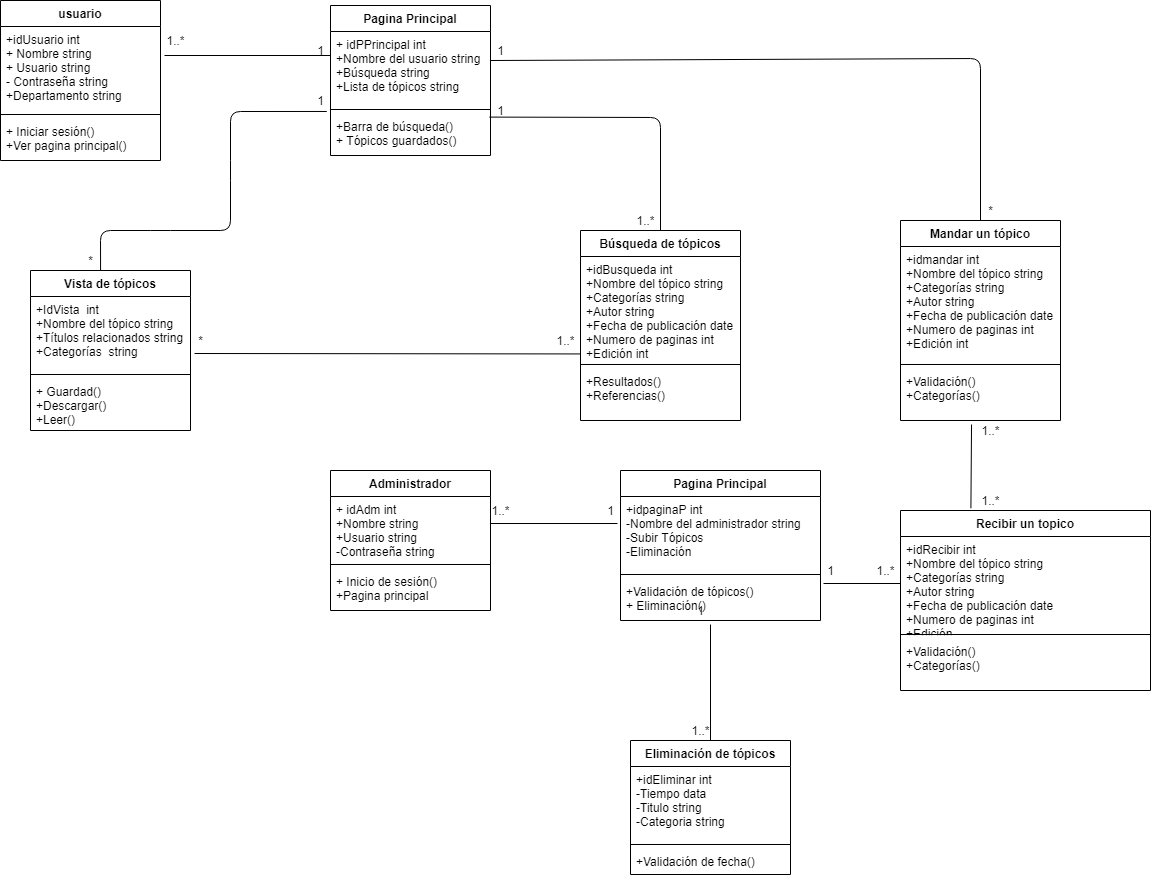
Above: Diagramas/diagramadeclases.drawio.png in vanessamRodriguez/Analisis-Avanzado-de-Software (draw.io), before the change. Source tidied: cells renumbered, new cells last; positions are measured from the earlier drawing's top-left corner, leaving out a move shared by most shapes.
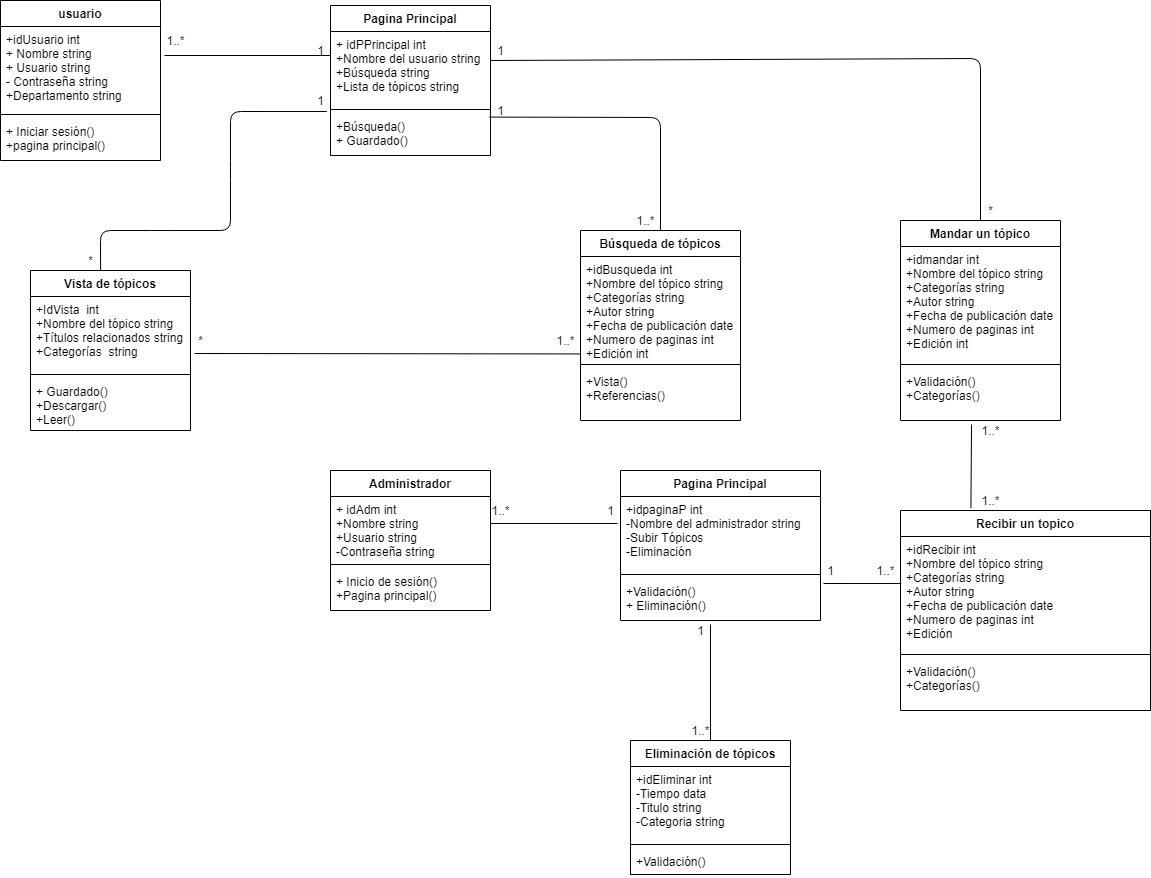
Later version of the same file.

Diff of the diagram source:
```diff
@@ -11,7 +11,7 @@
     <mxCell id="4" style="line;strokeWidth=1;fillColor=none;align=left;verticalAlign=middle;spacingTop=-1;spacingLeft=3;spacingRight=3;labelPosition=right;" parent="2" vertex="1">
       <mxGeometry y="110" width="160" height="8" as="geometry" />
     </mxCell>
-    <mxCell id="5" value="+ Iniciar sesión()&#10;+Ver pagina principal()" style="text;strokeColor=none;fillColor=none;align=left;verticalAlign=top;spacingLeft=4;spacingRight=4;overflow=hidden;" parent="2" vertex="1">
+    <mxCell id="5" value="+ Iniciar sesión()&#10;+pagina principal()" style="text;strokeColor=none;fillColor=none;align=left;verticalAlign=top;spacingLeft=4;spacingRight=4;overflow=hidden;" parent="2" vertex="1">
       <mxGeometry y="118" width="160" height="42" as="geometry" />
     </mxCell>
     <mxCell id="6" value="Pagina Principal" style="swimlane;fontStyle=1;align=center;verticalAlign=top;horizontal=1;startSize=26;" parent="1" vertex="1">
@@ -23,7 +23,7 @@
     <mxCell id="8" style="line;strokeWidth=1;fillColor=none;align=left;verticalAlign=middle;spacingTop=-1;spacingLeft=3;spacingRight=3;labelPosition=right;" parent="6" vertex="1">
       <mxGeometry y="100" width="160" height="8" as="geometry" />
     </mxCell>
-    <mxCell id="9" value="+Barra de búsqueda()&#10;+ Tópicos guardados()" style="text;strokeColor=none;fillColor=none;align=left;verticalAlign=top;spacingLeft=4;spacingRight=4;overflow=hidden;points=[[0,0.5],[1,0.5]];portConstraint=eastwest;" parent="6" vertex="1">
+    <mxCell id="9" value="+Búsqueda()&#10;+ Guardado()" style="text;strokeColor=none;fillColor=none;align=left;verticalAlign=top;spacingLeft=4;spacingRight=4;overflow=hidden;points=[[0,0.5],[1,0.5]];portConstraint=eastwest;" parent="6" vertex="1">
       <mxGeometry y="108" width="160" height="42" as="geometry" />
     </mxCell>
     <mxCell id="10" value="Vista de tópicos" style="swimlane;fontStyle=1;align=center;verticalAlign=top;horizontal=1;startSize=26;" parent="1" vertex="1">
@@ -35,7 +35,7 @@
     <mxCell id="12" style="line;strokeWidth=1;fillColor=none;align=left;verticalAlign=middle;spacingTop=-1;spacingLeft=3;spacingRight=3;labelPosition=right;" parent="10" vertex="1">
       <mxGeometry y="100" width="160" height="8" as="geometry" />
     </mxCell>
-    <mxCell id="13" value="+ Guardad()&#10;+Descargar()&#10;+Leer()" style="text;strokeColor=none;fillColor=none;align=left;verticalAlign=top;spacingLeft=4;spacingRight=4;overflow=hidden;" parent="10" vertex="1">
+    <mxCell id="13" value="+ Guardado()&#10;+Descargar()&#10;+Leer()" style="text;strokeColor=none;fillColor=none;align=left;verticalAlign=top;spacingLeft=4;spacingRight=4;overflow=hidden;" parent="10" vertex="1">
       <mxGeometry y="108" width="160" height="52" as="geometry" />
     </mxCell>
     <mxCell id="14" value="Búsqueda de tópicos" style="swimlane;fontStyle=1;align=center;verticalAlign=top;horizontal=1;startSize=26;" parent="1" vertex="1">
@@ -47,7 +47,7 @@
     <mxCell id="16" style="line;strokeWidth=1;fillColor=none;align=left;verticalAlign=middle;spacingTop=-1;spacingLeft=3;spacingRight=3;labelPosition=right;" parent="14" vertex="1">
       <mxGeometry y="130" width="160" height="8" as="geometry" />
     </mxCell>
-    <mxCell id="17" value="+Resultados()&#10;+Referencias()&#10;" style="text;strokeColor=none;fillColor=none;align=left;verticalAlign=top;spacingLeft=4;spacingRight=4;overflow=hidden;" parent="14" vertex="1">
+    <mxCell id="17" value="+Vista()&#10;+Referencias()&#10;" style="text;strokeColor=none;fillColor=none;align=left;verticalAlign=top;spacingLeft=4;spacingRight=4;overflow=hidden;" parent="14" vertex="1">
       <mxGeometry y="138" width="160" height="52" as="geometry" />
     </mxCell>
     <mxCell id="18" value="Administrador" style="swimlane;fontStyle=1;align=center;verticalAlign=top;horizontal=1;startSize=26;" parent="1" vertex="1">
@@ -59,7 +59,7 @@
     <mxCell id="20" style="line;strokeWidth=1;fillColor=none;align=left;verticalAlign=middle;spacingTop=-1;spacingLeft=3;spacingRight=3;labelPosition=right;" parent="18" vertex="1">
       <mxGeometry y="90" width="160" height="8" as="geometry" />
     </mxCell>
-    <mxCell id="21" value="+ Inicio de sesión()&#10;+Pagina principal&#10;" style="text;strokeColor=none;fillColor=none;align=left;verticalAlign=top;spacingLeft=4;spacingRight=4;overflow=hidden;" parent="18" vertex="1">
+    <mxCell id="21" value="+ Inicio de sesión()&#10;+Pagina principal()&#10;" style="text;strokeColor=none;fillColor=none;align=left;verticalAlign=top;spacingLeft=4;spacingRight=4;overflow=hidden;" parent="18" vertex="1">
       <mxGeometry y="98" width="160" height="42" as="geometry" />
     </mxCell>
     <mxCell id="22" value="Pagina Principal" style="swimlane;fontStyle=1;align=center;verticalAlign=top;horizontal=1;startSize=26;" parent="1" vertex="1">
@@ -71,7 +71,7 @@
     <mxCell id="24" style="line;strokeWidth=1;fillColor=none;align=left;verticalAlign=middle;spacingTop=-1;spacingLeft=3;spacingRight=3;labelPosition=right;" parent="22" vertex="1">
       <mxGeometry y="100" width="200" height="8" as="geometry" />
     </mxCell>
-    <mxCell id="25" value="+Validación de tópicos()&#10;+ Eliminación()" style="text;strokeColor=none;fillColor=none;align=left;verticalAlign=top;spacingLeft=4;spacingRight=4;overflow=hidden;" parent="22" vertex="1">
+    <mxCell id="25" value="+Validación()&#10;+ Eliminación()" style="text;strokeColor=none;fillColor=none;align=left;verticalAlign=top;spacingLeft=4;spacingRight=4;overflow=hidden;" parent="22" vertex="1">
       <mxGeometry y="108" width="200" height="42" as="geometry" />
     </mxCell>
     <mxCell id="26" value="Mandar un tópico" style="swimlane;fontStyle=1;align=center;verticalAlign=top;horizontal=1;startSize=26;" parent="1" vertex="1">
@@ -95,7 +95,7 @@
     <mxCell id="32" style="line;strokeWidth=1;fillColor=none;align=left;verticalAlign=middle;spacingTop=-1;spacingLeft=3;spacingRight=3;labelPosition=right;" parent="30" vertex="1">
       <mxGeometry y="100" width="160" height="8" as="geometry" />
     </mxCell>
-    <mxCell id="33" value="+Validación de fecha()" style="text;strokeColor=none;fillColor=none;align=left;verticalAlign=top;spacingLeft=4;spacingRight=4;overflow=hidden;" parent="30" vertex="1">
+    <mxCell id="33" value="+Validación()" style="text;strokeColor=none;fillColor=none;align=left;verticalAlign=top;spacingLeft=4;spacingRight=4;overflow=hidden;" parent="30" vertex="1">
       <mxGeometry y="108" width="160" height="26" as="geometry" />
     </mxCell>
     <mxCell id="34" style="endArrow=none;html=1;entryX=0.98;entryY=0.75;entryDx=0;entryDy=0;entryPerimeter=0;" parent="1" edge="1" target="36">
@@ -175,16 +175,16 @@
       <mxGeometry x="630" y="210" width="30" height="20" as="geometry" />
     </mxCell>
     <mxCell id="52" value="Recibir un topico" style="swimlane;fontStyle=1;align=center;verticalAlign=top;horizontal=1;startSize=26;" parent="1" vertex="1">
-      <mxGeometry x="900" y="510" width="250" height="180" as="geometry" />
+      <mxGeometry x="900" y="510" width="250" height="200" as="geometry" />
     </mxCell>
     <mxCell id="53" value="+idRecibir int&#10;+Nombre del tópico string&#10;+Categorías string&#10;+Autor string&#10;+Fecha de publicación date&#10;+Numero de paginas int&#10;+Edición " style="text;strokeColor=none;fillColor=none;align=left;verticalAlign=top;spacingLeft=4;spacingRight=4;overflow=hidden;points=[[0,0.5],[1,0.5]];portConstraint=eastwest;" parent="52" vertex="1">
-      <mxGeometry y="26" width="250" height="94" as="geometry" />
+      <mxGeometry y="26" width="250" height="114" as="geometry" />
     </mxCell>
     <mxCell id="54" style="line;strokeWidth=1;fillColor=none;align=left;verticalAlign=middle;spacingTop=-1;spacingLeft=3;spacingRight=3;labelPosition=right;" parent="52" vertex="1">
-      <mxGeometry y="120" width="250" height="8" as="geometry" />
+      <mxGeometry y="140" width="250" height="8" as="geometry" />
     </mxCell>
     <mxCell id="55" value="+Validación()&#10;+Categorías()&#10;" style="text;strokeColor=none;fillColor=none;align=left;verticalAlign=top;spacingLeft=4;spacingRight=4;overflow=hidden;" parent="52" vertex="1">
-      <mxGeometry y="128" width="250" height="52" as="geometry" />
+      <mxGeometry y="148" width="250" height="52" as="geometry" />
     </mxCell>
     <mxCell id="56" style="endArrow=none;html=1;entryX=0.444;entryY=1.077;entryDx=0;entryDy=0;entryPerimeter=0;exitX=-0.153;exitY=0.89;exitDx=0;exitDy=0;exitPerimeter=0;" parent="1" edge="1" source="58" target="29">
       <mxGeometry relative="1" as="geometry" />
@@ -195,7 +195,7 @@
     <mxCell id="58" value="1..*" style="text;html=1;align=center;verticalAlign=middle;points=[];strokeColor=none;" parent="1" vertex="1">
       <mxGeometry x="975" y="490" width="30" height="20" as="geometry" />
     </mxCell>
-    <mxCell id="59" style="endArrow=none;html=1;entryX=0;entryY=0.5;entryDx=0;entryDy=0;" parent="1" edge="1" target="53">
+    <mxCell id="59" style="endArrow=none;html=1;entryX=0.003;entryY=0.412;entryDx=0;entryDy=0;entryPerimeter=0;" parent="1" edge="1" target="53">
       <mxGeometry relative="1" as="geometry">
         <mxPoint x="823" y="583" as="sourcePoint" />
       </mxGeometry>
@@ -212,7 +212,7 @@
       </mxGeometry>
     </mxCell>
     <mxCell id="63" value="1" style="text;html=1;align=center;verticalAlign=middle;strokeColor=none;" parent="1" vertex="1">
-      <mxGeometry x="690" y="600" width="20" height="20" as="geometry" />
+      <mxGeometry x="690" y="620" width="20" height="20" as="geometry" />
     </mxCell>
     <mxCell id="64" value="1..*" style="text;html=1;align=center;verticalAlign=middle;strokeColor=none;" parent="1" vertex="1">
       <mxGeometry x="685" y="720" width="30" height="20" as="geometry" />
```
